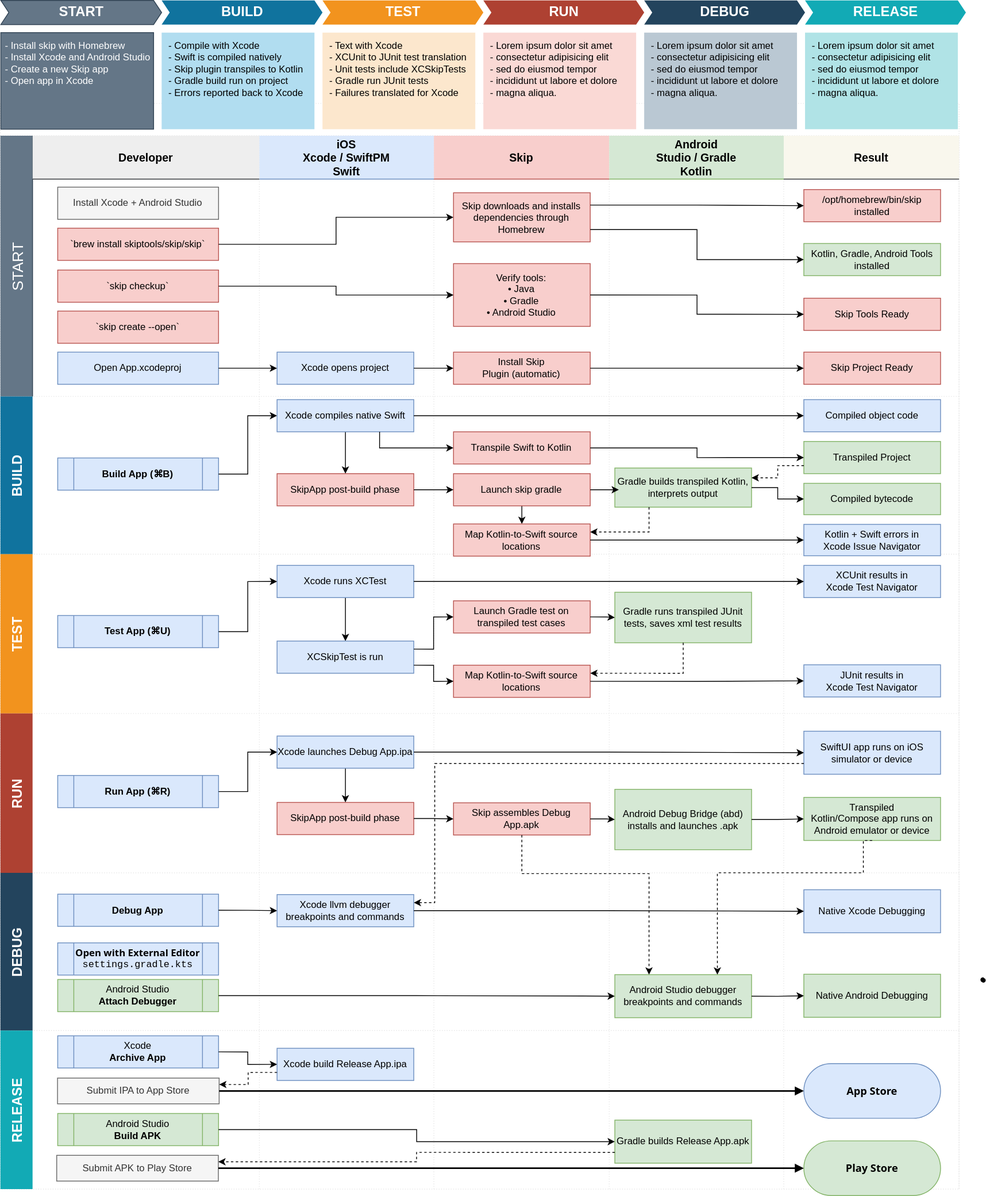
skiptools/assets.skip.tools keeps this draw.io diagram as skip_dev_process.drawio.svg. Above is the earlier version. Source tidied: cells renumbered, new cells last; positions are measured from the earlier drawing's top-left corner, leaving out a move shared by most shapes.
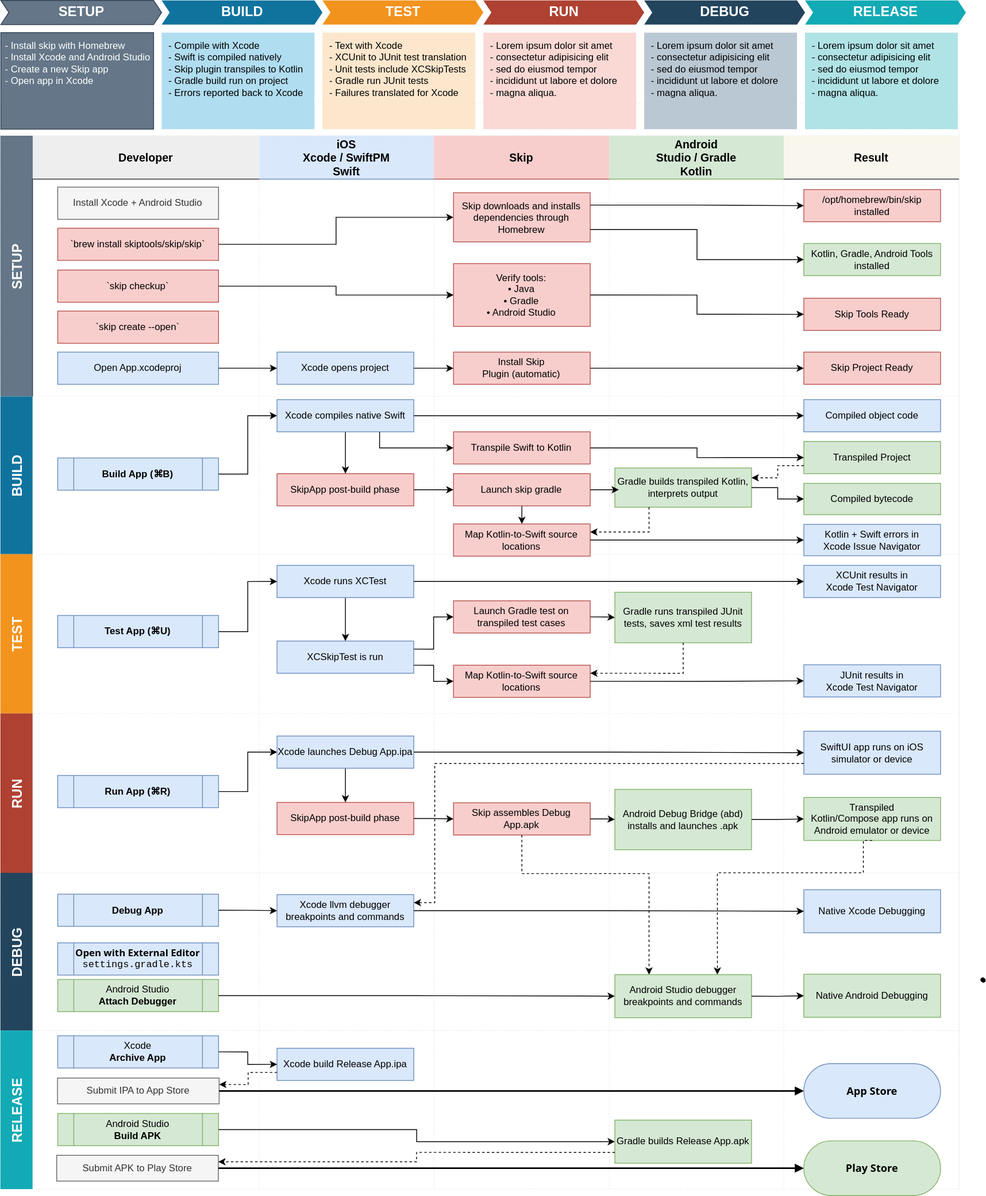
After the commit.

Diff of the diagram source:
```diff
@@ -5,7 +5,7 @@
     <mxCell id="2" style="shape=table;startSize=40;fontStyle=1;swimlaneFillColor=none;fillColor=none;fontFamily=system-ui,Helvetica,san-serif;fontSize=22;strokeColor=#E6E6E6;dashed=1;dashPattern=1 2;" parent="1" vertex="1">
       <mxGeometry y="128" width="1192" height="1349" as="geometry" />
     </mxCell>
-    <mxCell id="3" value="START" style="shape=tableRow;horizontal=0;swimlaneHead=0;swimlaneBody=0;top=0;left=0;bottom=0;right=0;fillColor=#647687;startSize=40;fontStyle=0;fontSize=19;fontFamily=Helvetica;fontColor=#ffffff;strokeColor=#314354;" parent="2" vertex="1">
+    <mxCell id="3" value="SETUP" style="shape=tableRow;horizontal=0;swimlaneHead=0;swimlaneBody=0;top=0;left=0;bottom=0;right=0;fillColor=#647687;startSize=40;fontStyle=1;fontSize=17;fontFamily=Helvetica;fontColor=#ffffff;strokeColor=#314354;" parent="2" vertex="1">
       <mxGeometry y="40" width="1192" height="324" as="geometry" />
     </mxCell>
     <mxCell id="4" value="Developer" style="swimlane;swimlaneHead=0;swimlaneBody=0;fillColor=#eeeeee;startSize=54;fontStyle=1;strokeColor=#36393d;fontSize=14;" parent="3" vertex="1">
@@ -490,7 +490,7 @@
     <mxCell id="158" value="&amp;nbsp;- Lorem ipsum dolor sit amet&lt;br&gt;&amp;nbsp;- consectetur adipisicing elit&lt;br&gt;&amp;nbsp;- sed do eiusmod tempor&lt;br&gt;&amp;nbsp;- incididunt ut labore et dolore&lt;br&gt;&amp;nbsp;- magna aliqua." style="shape=rect;fillColor=#B0E3E6;strokeColor=none;fontSize=12;html=1;whiteSpace=wrap;align=left;verticalAlign=top;spacing=5;rounded=0;" parent="1" vertex="1">
       <mxGeometry x="1000.5" y="40" width="190" height="120" as="geometry" />
     </mxCell>
-    <mxCell id="159" value="START" style="shape=step;perimeter=stepPerimeter;whiteSpace=wrap;html=1;fixedSize=1;size=10;fillColor=#647687;strokeColor=#314354;fontSize=17;fontStyle=1;align=center;rounded=0;fontColor=#ffffff;" parent="1" vertex="1">
+    <mxCell id="159" value="SETUP" style="shape=step;perimeter=stepPerimeter;whiteSpace=wrap;html=1;fixedSize=1;size=10;fillColor=#647687;strokeColor=#314354;fontSize=17;fontStyle=1;align=center;rounded=0;fontColor=#ffffff;" parent="1" vertex="1">
       <mxGeometry x="0.5" width="200" height="30" as="geometry" />
     </mxCell>
     <mxCell id="160" value="- Install skip with Homebrew&lt;br&gt;- Install Xcode and Android Studio&lt;br&gt;- Create a new Skip app&lt;br&gt;- Open app in Xcode" style="shape=rect;fillColor=#647687;strokeColor=#314354;fontSize=12;html=1;whiteSpace=wrap;align=left;verticalAlign=top;spacing=5;rounded=0;fontColor=#ffffff;" parent="1" vertex="1">
```
